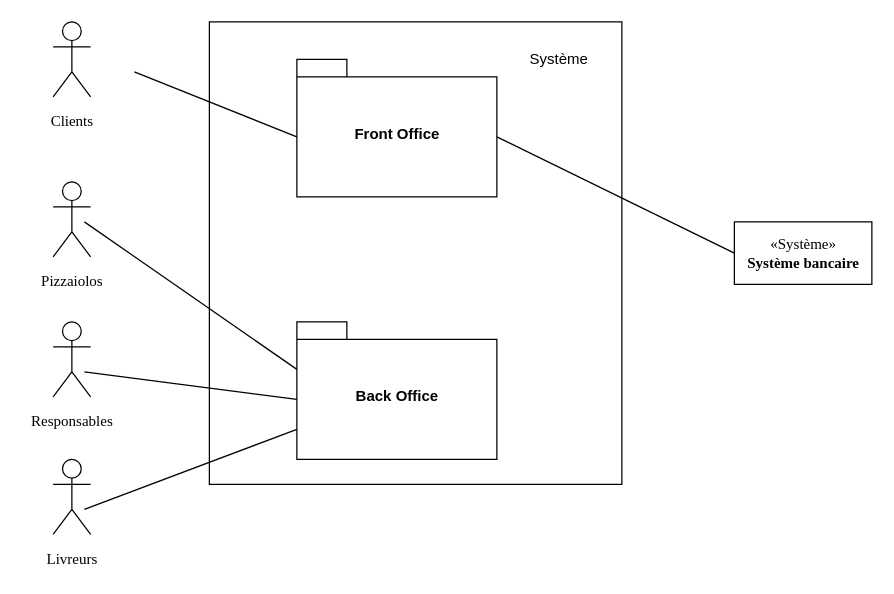
Above: diagramme_de_packages.drawio in StephenAOGOLO/P4_Analysez_les_besoins (draw.io), before the change. Source tidied: cells renumbered, new cells numbered last; positions are measured from the earlier drawing's top-left corner, leaving out a move shared by most shapes. Both pictures are drawn from the tidied source at 125%, with x=0, y=0 at pixel (21, 21).
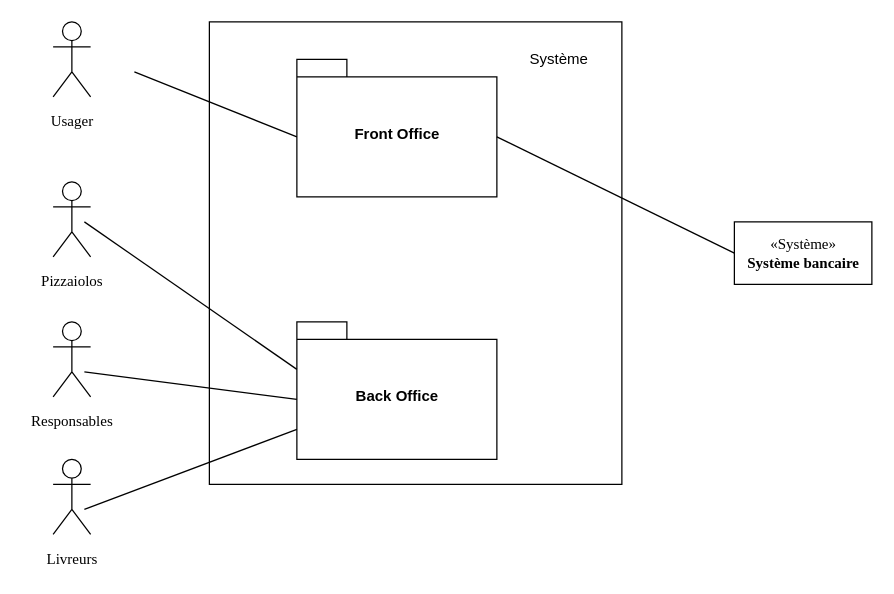
After the change.

Unchanged cells that the change refers to:
```xml
<mxCell id="2" style="group;" parent="1" vertex="1">
  <mxGeometry x="20" width="50" height="90" as="geometry" />
</mxCell>
```

What changed in the source:
```diff
@@
-    <mxCell id="4" value="Clients" style="text;html=1;align=center;verticalAlign=middle;fontFamily=Times New Roman;fontColor=none;" parent="2" vertex="1">
+    <mxCell id="4" value="Usager" style="text;html=1;align=center;verticalAlign=middle;fontFamily=Times New Roman;fontColor=none;" parent="2" vertex="1">
       <mxGeometry x="-5" y="70" width="50" height="20" as="geometry" />
     </mxCell>
```
